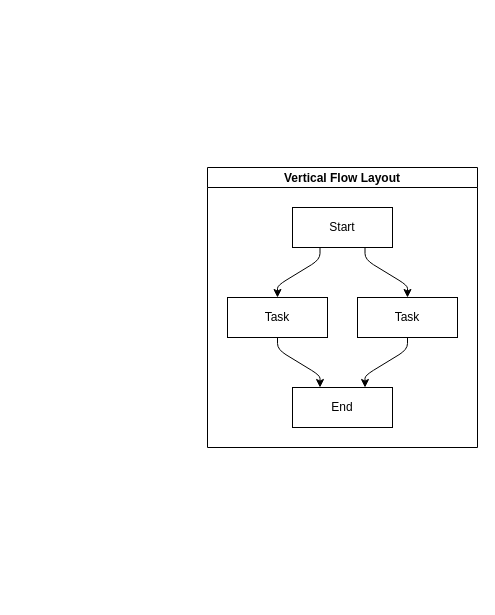
The draw.io diagram 未命名绘图.drawio in Quixote-Demo/demo, before the edit. Source tidied: cells renumbered, new cells numbered last; positions are measured from the earlier drawing's top-left corner, leaving out a move shared by most shapes. Both pictures are drawn from the tidied source at 100%, with x=0, y=0 at pixel (207, 167).
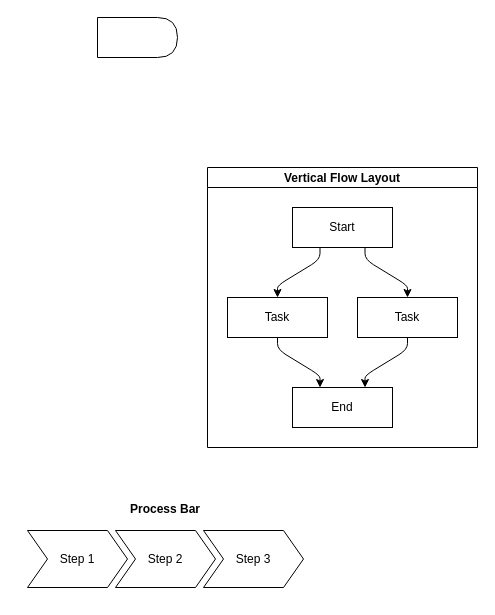
Above is the later version.

Commit message:
更新未命名绘图.drawio

The edit, as a diff of the source:
```diff
@@
+    <mxCell id="11" style="shape=delay;whiteSpace=wrap;html=1;" parent="1" vertex="1">
+      <mxGeometry x="-110" y="-150" width="80" height="40" as="geometry" />
+    </mxCell>
+    <mxCell id="12" value="Process Bar" style="swimlane;horizontal=1;fillColor=none;strokeColor=none;stackBorder=10;align=center;whiteSpace=wrap;html=1;" parent="1" vertex="1">
+      <mxGeometry x="-190" y="330" width="296" height="100" as="geometry" />
+    </mxCell>
+    <mxCell id="13" value="Step 1" style="shape=step;perimeter=stepPerimeter;fixedSize=1;whiteSpace=wrap;html=1;" parent="12" vertex="1">
+      <mxGeometry x="10" y="33" width="100" height="57" as="geometry" />
+    </mxCell>
+    <mxCell id="14" value="Step 2" style="shape=step;perimeter=stepPerimeter;fixedSize=1;whiteSpace=wrap;html=1;" parent="12" vertex="1">
+      <mxGeometry x="98" y="33" width="100" height="57" as="geometry" />
+    </mxCell>
+    <mxCell id="15" value="Step 3" style="shape=step;perimeter=stepPerimeter;fixedSize=1;whiteSpace=wrap;html=1;" parent="12" vertex="1">
+      <mxGeometry x="186" y="33" width="100" height="57" as="geometry" />
+    </mxCell>
```
